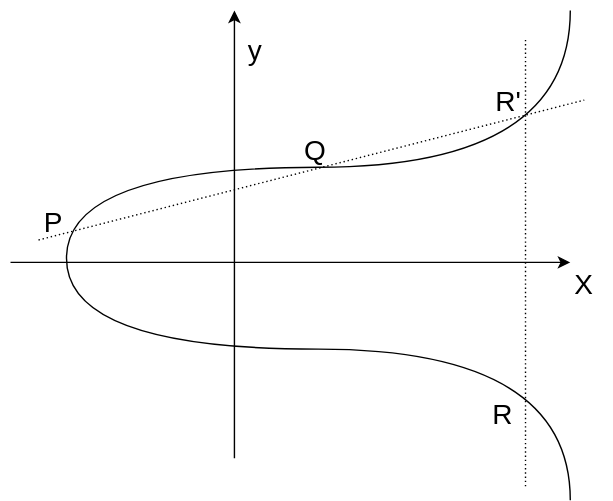
This is images/lec-ec-add.drawio.svg from herumi/lecture-crypto, a draw.io export, as it was before one commit. Source tidied: cells renumbered, new cells last; positions are measured from the earlier drawing's top-left corner, leaving out a move shared by most shapes. Its diagram source:
```xml
<mxGraphModel>
  <root>
    <mxCell id="0" />
    <mxCell id="1" parent="0" />
    <mxCell id="2" value="y" style="text;html=1;strokeColor=none;fillColor=none;align=center;verticalAlign=middle;whiteSpace=wrap;rounded=0;fontSize=20;" parent="1" vertex="1">
      <mxGeometry x="160" y="13" width="30" height="30" as="geometry" />
    </mxCell>
    <mxCell id="3" style="endArrow=classic;html=1;" parent="1" edge="1">
      <mxGeometry relative="1" as="geometry">
        <mxPoint y="180" as="sourcePoint" />
        <mxPoint x="400" y="180" as="targetPoint" />
      </mxGeometry>
    </mxCell>
    <mxCell id="4" value="X" style="text;html=1;strokeColor=none;fillColor=none;align=center;verticalAlign=middle;whiteSpace=wrap;rounded=0;fontSize=20;" parent="1" vertex="1">
      <mxGeometry x="390" y="180" width="40" height="30" as="geometry" />
    </mxCell>
    <mxCell id="5" style="endArrow=classic;html=1;" parent="1" edge="1">
      <mxGeometry relative="1" as="geometry">
        <mxPoint x="160" y="320" as="sourcePoint" />
        <mxPoint x="160" as="targetPoint" />
      </mxGeometry>
    </mxCell>
    <mxCell id="6" style="endArrow=none;html=1;edgeStyle=orthogonalEdgeStyle;curved=1;" parent="1" edge="1">
      <mxGeometry relative="1" as="geometry">
        <mxPoint x="400" y="350" as="sourcePoint" />
        <mxPoint x="400" as="targetPoint" />
        <Array as="points">
          <mxPoint x="400" y="242" />
          <mxPoint x="40" y="242" />
          <mxPoint x="40" y="112" />
          <mxPoint x="400" y="112" />
        </Array>
      </mxGeometry>
    </mxCell>
    <mxCell id="7" style="endArrow=none;html=1;dashed=1;dashPattern=1 2;" parent="1" edge="1">
      <mxGeometry relative="1" as="geometry">
        <mxPoint x="20" y="164" as="sourcePoint" />
        <mxPoint x="410" y="64" as="targetPoint" />
      </mxGeometry>
    </mxCell>
    <mxCell id="8" style="endArrow=none;html=1;dashed=1;dashPattern=1 2;" parent="1" edge="1">
      <mxGeometry relative="1" as="geometry">
        <mxPoint x="368" y="340" as="sourcePoint" />
        <mxPoint x="368" y="20" as="targetPoint" />
      </mxGeometry>
    </mxCell>
    <mxCell id="9" value="P" style="text;html=1;strokeColor=none;fillColor=none;align=center;verticalAlign=middle;whiteSpace=wrap;rounded=0;fontSize=20;" parent="1" vertex="1">
      <mxGeometry x="11" y="136" width="40" height="30" as="geometry" />
    </mxCell>
    <mxCell id="10" value="Q" style="text;html=1;strokeColor=none;fillColor=none;align=center;verticalAlign=middle;whiteSpace=wrap;rounded=0;fontSize=20;" parent="1" vertex="1">
      <mxGeometry x="198" y="84" width="40" height="30" as="geometry" />
    </mxCell>
    <mxCell id="11" value="R'" style="text;html=1;strokeColor=none;fillColor=none;align=center;verticalAlign=middle;whiteSpace=wrap;rounded=0;fontSize=20;" parent="1" vertex="1">
      <mxGeometry x="336" y="49" width="40" height="30" as="geometry" />
    </mxCell>
    <mxCell id="12" value="R" style="text;html=1;strokeColor=none;fillColor=none;align=center;verticalAlign=middle;whiteSpace=wrap;rounded=0;fontSize=20;" parent="1" vertex="1">
      <mxGeometry x="332" y="273" width="40" height="30" as="geometry" />
    </mxCell>
  </root>
</mxGraphModel>
```
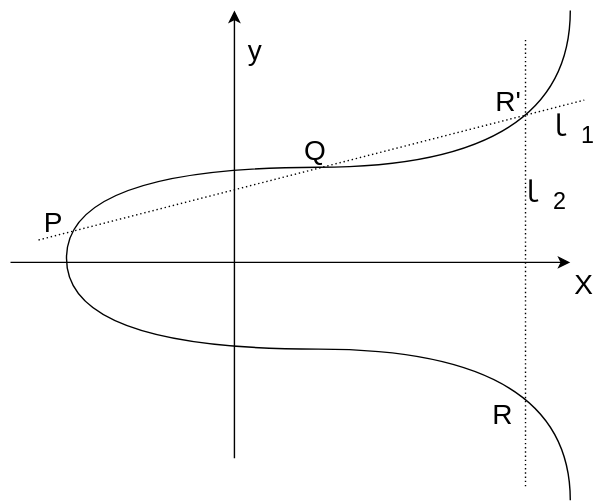
After the commit.

Commit message:
elliptic curve addtion formula

What changed in the source:
```diff
@@ -56,5 +56,11 @@
     <mxCell id="12" value="R" style="text;html=1;strokeColor=none;fillColor=none;align=center;verticalAlign=middle;whiteSpace=wrap;rounded=0;fontSize=20;" parent="1" vertex="1">
       <mxGeometry x="332" y="273" width="40" height="30" as="geometry" />
     </mxCell>
+    <mxCell id="13" value="ｌ&lt;sub&gt;1&lt;/sub&gt;" style="text;html=1;strokeColor=none;fillColor=none;align=center;verticalAlign=middle;whiteSpace=wrap;rounded=0;fontSize=20;" parent="1" vertex="1">
+      <mxGeometry x="380" y="70" width="40" height="30" as="geometry" />
+    </mxCell>
+    <mxCell id="14" value="ｌ&lt;sub&gt;2&lt;/sub&gt;" style="text;html=1;strokeColor=none;fillColor=none;align=center;verticalAlign=middle;whiteSpace=wrap;rounded=0;fontSize=20;" parent="1" vertex="1">
+      <mxGeometry x="360" y="117" width="40" height="30" as="geometry" />
+    </mxCell>
   </root>
 </mxGraphModel>
```
